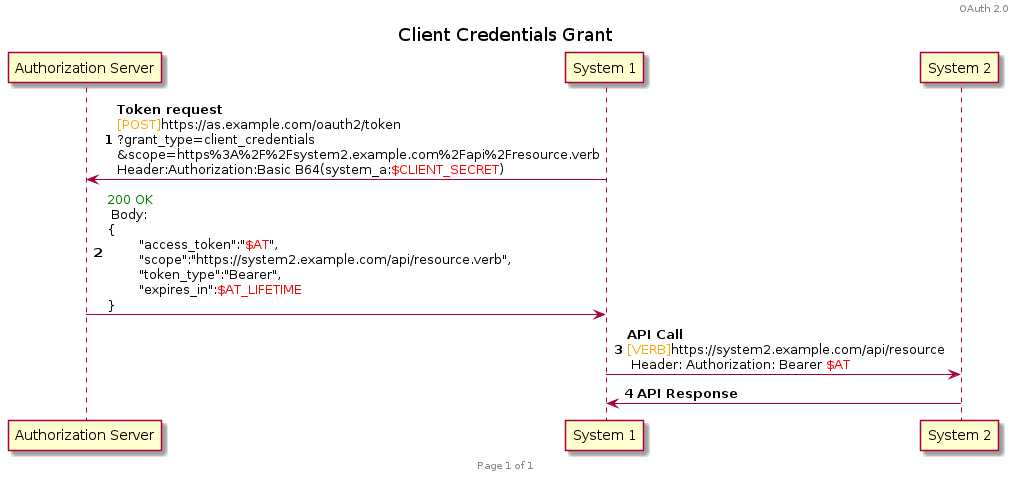
Above: plantuml/oauth2/client_credentials.png in HenriLefevrePro/Articles (PlantUML), before the change.
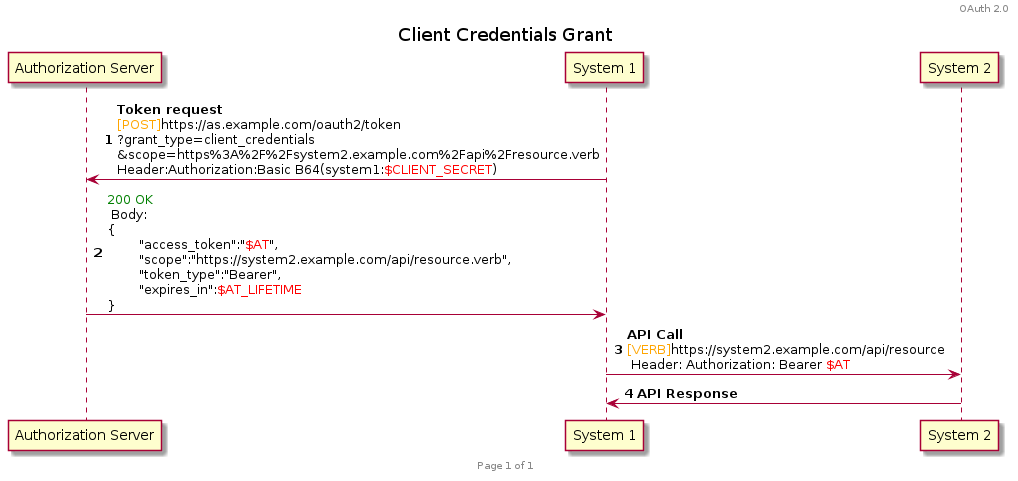
The same file after the commit.

Commit message:
[GitHub Actions] Generate PNG images for PlantUML diagrams

What changed in the source:
```diff
@@ -10,7 +10,7 @@
 participant 1 as "System 1"
 participant 2 as "System 2"
 
-1 -> Auth : **Token request**\n<font color=orange>[POST]</font>https://as.example.com/oauth2/token\n?grant_type=client_credentials\n&scope=https%3A%2F%2Fsystem2.example.com%2Fapi%2Fresource.verb\nHeader:Authorization:Basic B64(system_a:<font color=red>$CLIENT_SECRET</font>)
+1 -> Auth : **Token request**\n<font color=orange>[POST]</font>https://as.example.com/oauth2/token\n?grant_type=client_credentials\n&scope=https%3A%2F%2Fsystem2.example.com%2Fapi%2Fresource.verb\nHeader:Authorization:Basic B64(system1:<font color=red>$CLIENT_SECRET</font>)
 Auth -> 1 : <font color=green>200 OK</font> \n Body: \n{\n\t"access_token":"<font color=red>$AT</font>",\n\t"scope":"https://system2.example.com/api/resource.verb",\n\t"token_type":"Bearer",\n\t"expires_in":<font color=red>$AT_LIFETIME</font>\n}
 
 1 -> 2 : **API Call** \n<font color=orange>[VERB]</font>https://system2.example.com/api/resource\n Header: Authorization: Bearer <font color=red>$AT</font>
```
